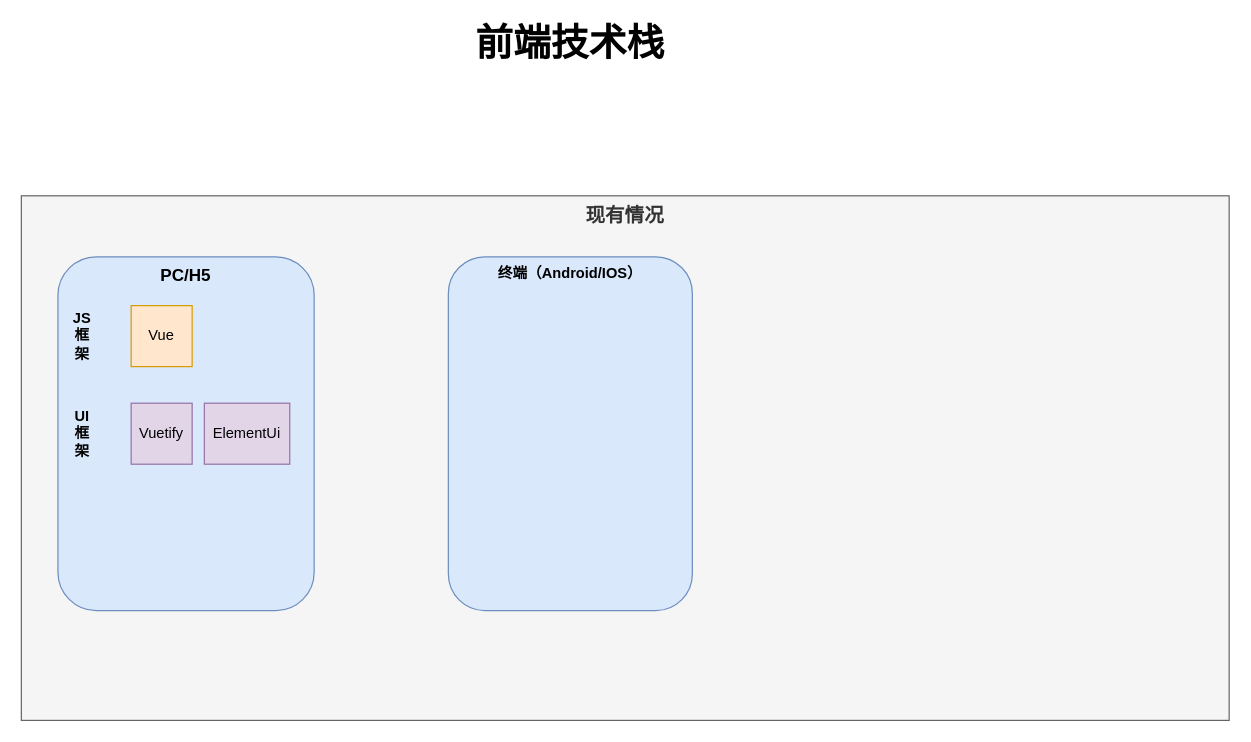
This is 前端技术栈.drawio from metre/images, a draw.io file, before an edit. Source tidied: cells renumbered, new cells numbered last; positions are measured from the earlier drawing's top-left corner, leaving out a move shared by most shapes. Both pictures are drawn from the tidied source at 122%, with x=0, y=0 at pixel (21, 24).
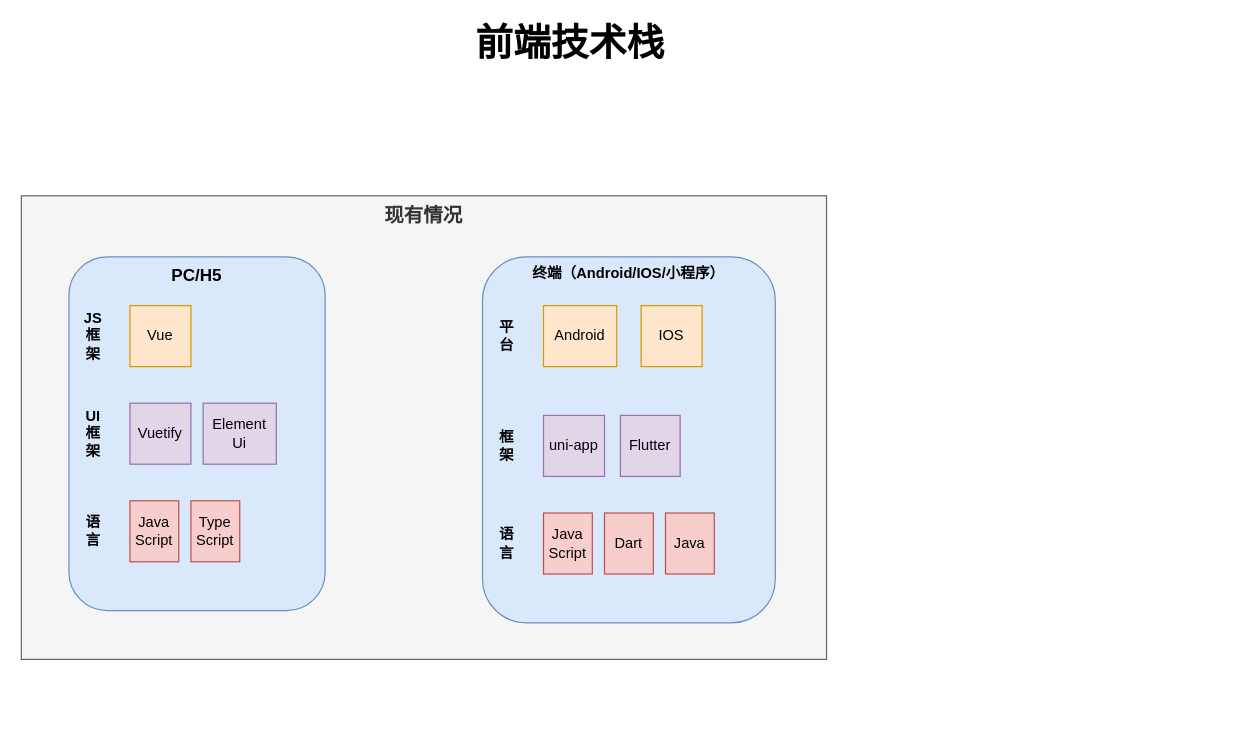
The same diagram, later.

Commit message (it also covers changes not shown here):
更新前端技术栈.drawio

Diff of the diagram source:
```diff
@@
     <mxCell id="2" value="现有情况" style="rounded=0;whiteSpace=wrap;html=1;fillColor=#f5f5f5;fontColor=#333333;strokeColor=#666666;verticalAlign=top;fontSize=16;fontStyle=1;" parent="1" vertex="1">
-      <mxGeometry y="140" width="990" height="430" as="geometry" />
+      <mxGeometry y="140" width="660" height="380" as="geometry" />
     </mxCell>
@@
     <mxCell id="4" value="PC/H5" style="rounded=1;whiteSpace=wrap;html=1;fillColor=#dae8fc;strokeColor=#6c8ebf;verticalAlign=top;fontStyle=1;fontSize=14;" parent="1" vertex="1">
-      <mxGeometry x="30" y="190" width="210" height="290" as="geometry" />
+      <mxGeometry x="39" y="190" width="210" height="290" as="geometry" />
     </mxCell>
     <mxCell id="5" value="Vue" style="rounded=0;whiteSpace=wrap;html=1;fillColor=#ffe6cc;strokeColor=#d79b00;" parent="1" vertex="1">
-      <mxGeometry x="90" y="230" width="50" height="50" as="geometry" />
+      <mxGeometry x="89" y="230" width="50" height="50" as="geometry" />
     </mxCell>
     <mxCell id="6" value="JS框架" style="text;html=1;strokeColor=none;fillColor=none;align=center;verticalAlign=middle;whiteSpace=wrap;rounded=0;fontStyle=1;" parent="1" vertex="1">
-      <mxGeometry x="40" y="240" width="20" height="30" as="geometry" />
+      <mxGeometry x="49" y="240" width="20" height="30" as="geometry" />
     </mxCell>
     <mxCell id="7" value="UI框架" style="text;html=1;strokeColor=none;fillColor=none;align=center;verticalAlign=middle;whiteSpace=wrap;rounded=0;fontStyle=1;" parent="1" vertex="1">
-      <mxGeometry x="40" y="320" width="20" height="30" as="geometry" />
+      <mxGeometry x="49" y="320" width="20" height="30" as="geometry" />
     </mxCell>
     <mxCell id="8" value="Vuetify" style="rounded=0;whiteSpace=wrap;html=1;fillColor=#e1d5e7;strokeColor=#9673a6;" parent="1" vertex="1">
-      <mxGeometry x="90" y="310" width="50" height="50" as="geometry" />
+      <mxGeometry x="89" y="310" width="50" height="50" as="geometry" />
     </mxCell>
-    <mxCell id="9" value="ElementUi" style="rounded=0;whiteSpace=wrap;html=1;fillColor=#e1d5e7;strokeColor=#9673a6;" parent="1" vertex="1">
-      <mxGeometry x="150" y="310" width="70" height="50" as="geometry" />
+    <mxCell id="9" value="Element&lt;br&gt;Ui" style="rounded=0;whiteSpace=wrap;html=1;fillColor=#e1d5e7;strokeColor=#9673a6;" parent="1" vertex="1">
+      <mxGeometry x="149" y="310" width="60" height="50" as="geometry" />
     </mxCell>
-    <mxCell id="10" value="终端（Android/IOS）" style="rounded=1;whiteSpace=wrap;html=1;fillColor=#dae8fc;strokeColor=#6c8ebf;verticalAlign=top;fontStyle=1;" parent="1" vertex="1">
-      <mxGeometry x="350" y="190" width="200" height="290" as="geometry" />
+    <mxCell id="10" value="终端（Android/IOS/小程序）" style="rounded=1;whiteSpace=wrap;html=1;fillColor=#dae8fc;strokeColor=#6c8ebf;verticalAlign=top;fontStyle=1;" parent="1" vertex="1">
+      <mxGeometry x="378" y="190" width="240" height="300" as="geometry" />
     </mxCell>
+    <mxCell id="11" value="Android" style="rounded=0;whiteSpace=wrap;html=1;fillColor=#ffe6cc;strokeColor=#d79b00;" parent="1" vertex="1">
+      <mxGeometry x="428" y="230" width="60" height="50" as="geometry" />
+    </mxCell>
+    <mxCell id="12" value="平台" style="text;html=1;strokeColor=none;fillColor=none;align=center;verticalAlign=middle;whiteSpace=wrap;rounded=0;fontStyle=1;" parent="1" vertex="1">
+      <mxGeometry x="388" y="240" width="20" height="30" as="geometry" />
+    </mxCell>
+    <mxCell id="13" value="IOS" style="rounded=0;whiteSpace=wrap;html=1;fillColor=#ffe6cc;strokeColor=#d79b00;" parent="1" vertex="1">
+      <mxGeometry x="508" y="230" width="50" height="50" as="geometry" />
+    </mxCell>
+    <mxCell id="14" value="框架" style="text;html=1;strokeColor=none;fillColor=none;align=center;verticalAlign=middle;whiteSpace=wrap;rounded=0;fontStyle=1;" parent="1" vertex="1">
+      <mxGeometry x="388" y="330" width="20" height="30" as="geometry" />
+    </mxCell>
+    <mxCell id="15" value="uni-app" style="rounded=0;whiteSpace=wrap;html=1;fillColor=#e1d5e7;strokeColor=#9673a6;" parent="1" vertex="1">
+      <mxGeometry x="428" y="320" width="50" height="50" as="geometry" />
+    </mxCell>
+    <mxCell id="16" value="Flutter" style="rounded=0;whiteSpace=wrap;html=1;fillColor=#e1d5e7;strokeColor=#9673a6;" parent="1" vertex="1">
+      <mxGeometry x="491" y="320" width="49" height="50" as="geometry" />
+    </mxCell>
+    <mxCell id="17" value="语言" style="text;html=1;strokeColor=none;fillColor=none;align=center;verticalAlign=middle;whiteSpace=wrap;rounded=0;fontStyle=1;" parent="1" vertex="1">
+      <mxGeometry x="388" y="410" width="20" height="30" as="geometry" />
+    </mxCell>
+    <mxCell id="18" value="Java&lt;br&gt;Script" style="rounded=0;html=1;fillColor=#f8cecc;strokeColor=#b85450;whiteSpace=wrap;" parent="1" vertex="1">
+      <mxGeometry x="428" y="400" width="40" height="50" as="geometry" />
+    </mxCell>
+    <mxCell id="19" value="Dart" style="rounded=0;whiteSpace=wrap;html=1;fillColor=#f8cecc;strokeColor=#b85450;" parent="1" vertex="1">
+      <mxGeometry x="478" y="400" width="40" height="50" as="geometry" />
+    </mxCell>
+    <mxCell id="20" value="Java" style="rounded=0;whiteSpace=wrap;html=1;fillColor=#f8cecc;strokeColor=#b85450;" parent="1" vertex="1">
+      <mxGeometry x="528" y="400" width="40" height="50" as="geometry" />
+    </mxCell>
+    <mxCell id="21" value="语言" style="text;html=1;strokeColor=none;fillColor=none;align=center;verticalAlign=middle;whiteSpace=wrap;rounded=0;fontStyle=1;" parent="1" vertex="1">
+      <mxGeometry x="49" y="400" width="20" height="30" as="geometry" />
+    </mxCell>
+    <mxCell id="22" value="Java&lt;br&gt;Script" style="rounded=0;html=1;fillColor=#f8cecc;strokeColor=#b85450;whiteSpace=wrap;" parent="1" vertex="1">
+      <mxGeometry x="89" y="390" width="40" height="50" as="geometry" />
+    </mxCell>
+    <mxCell id="23" value="Type&lt;br&gt;Script" style="rounded=0;whiteSpace=wrap;html=1;fillColor=#f8cecc;strokeColor=#b85450;" parent="1" vertex="1">
+      <mxGeometry x="139" y="390" width="40" height="50" as="geometry" />
+    </mxCell>
```
